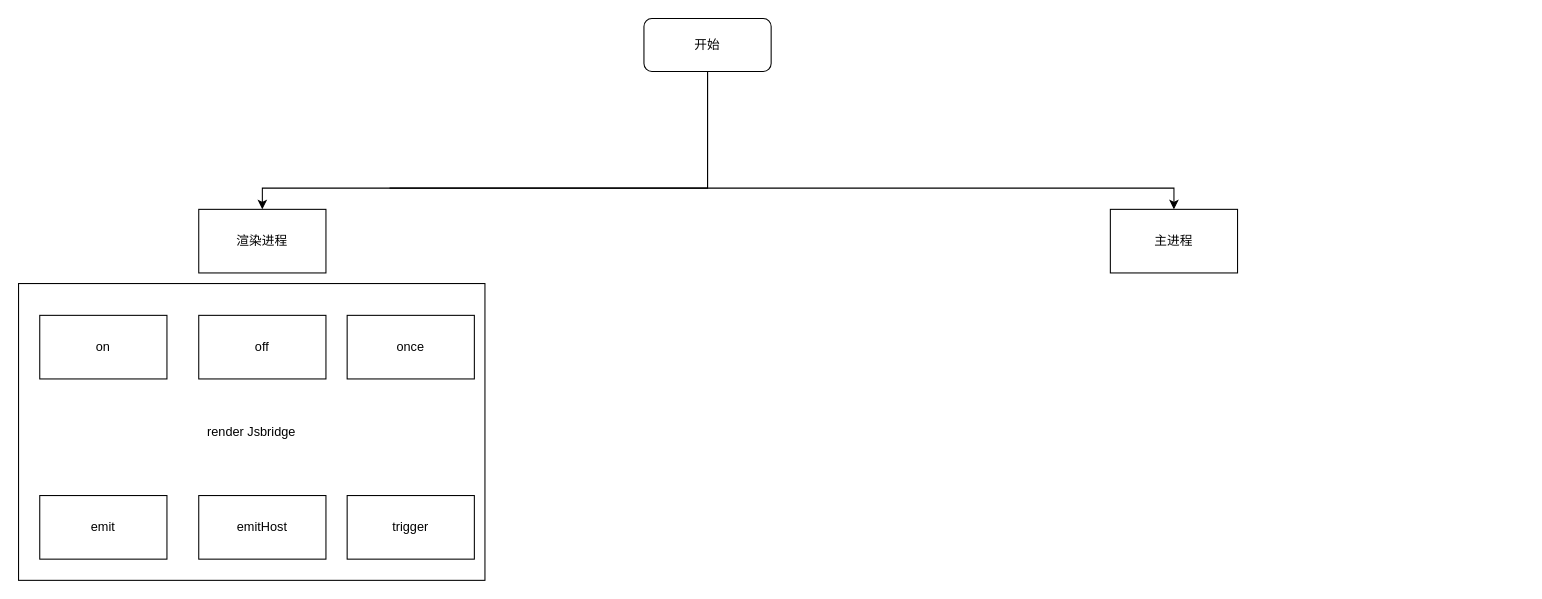
Before: jsbridge.drawio in oppo-80343438/flowChart, a draw.io diagram. Source tidied: cells renumbered, new cells numbered last; positions are measured from the earlier drawing's top-left corner, leaving out a move shared by most shapes. Both pictures are drawn from the tidied source at 106%, with x=0, y=0 at pixel (18, 18).
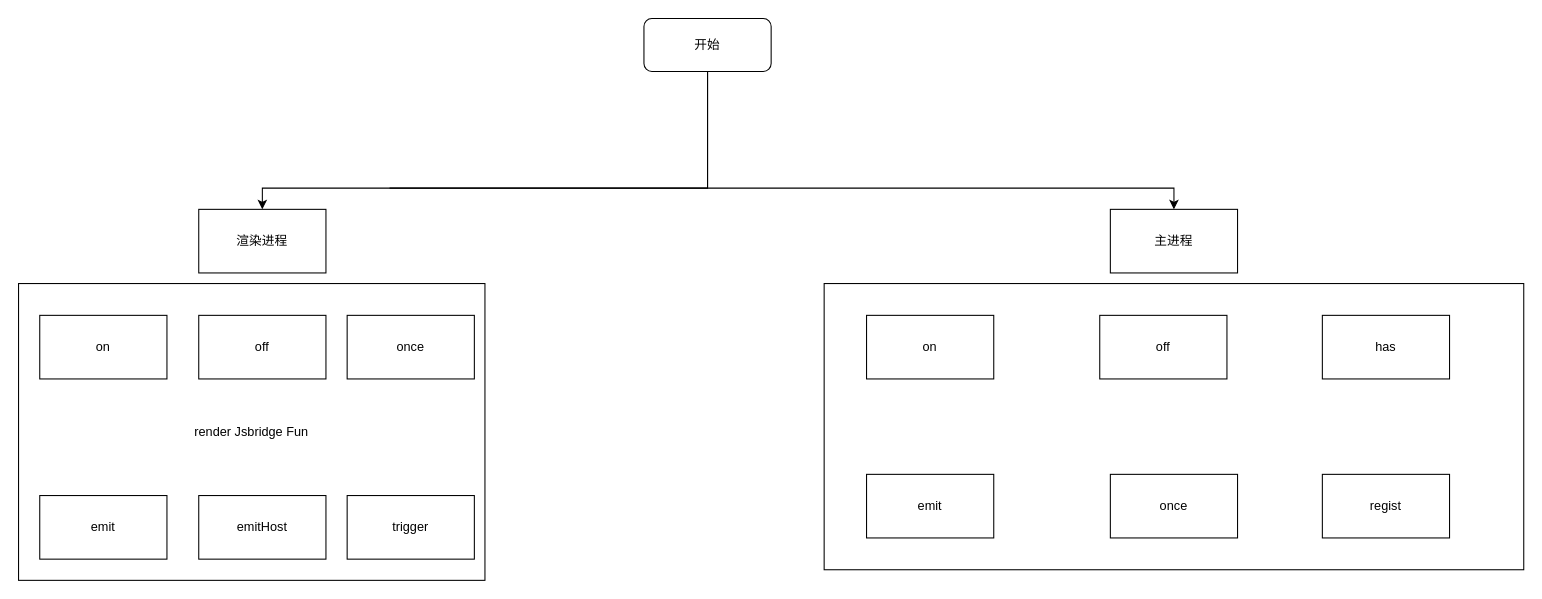
The same page after the edit.

Diff of the diagram source:
```diff
@@
-    <mxCell id="7" value="render Jsbridge" style="rounded=0;whiteSpace=wrap;html=1;" parent="1" vertex="1">
+    <mxCell id="7" value="render Jsbridge Fun" style="rounded=0;whiteSpace=wrap;html=1;" parent="1" vertex="1">
       <mxGeometry y="250" width="440" height="280" as="geometry" />
     </mxCell>
@@
+    <mxCell id="14" style="rounded=0;whiteSpace=wrap;html=1;" parent="1" vertex="1">
+      <mxGeometry x="760" y="250" width="660" height="270" as="geometry" />
+    </mxCell>
+    <mxCell id="15" value="off" style="rounded=0;whiteSpace=wrap;html=1;" parent="1" vertex="1">
+      <mxGeometry x="1020" y="280" width="120" height="60" as="geometry" />
+    </mxCell>
+    <mxCell id="16" value="on" style="rounded=0;whiteSpace=wrap;html=1;" parent="1" vertex="1">
+      <mxGeometry x="800" y="280" width="120" height="60" as="geometry" />
+    </mxCell>
+    <mxCell id="17" value="has" style="rounded=0;whiteSpace=wrap;html=1;" parent="1" vertex="1">
+      <mxGeometry x="1230" y="280" width="120" height="60" as="geometry" />
+    </mxCell>
+    <mxCell id="18" value="regist" style="rounded=0;whiteSpace=wrap;html=1;" parent="1" vertex="1">
+      <mxGeometry x="1230" y="430" width="120" height="60" as="geometry" />
+    </mxCell>
+    <mxCell id="19" value="emit" style="rounded=0;whiteSpace=wrap;html=1;" parent="1" vertex="1">
+      <mxGeometry x="800" y="430" width="120" height="60" as="geometry" />
+    </mxCell>
+    <mxCell id="20" value="once" style="rounded=0;whiteSpace=wrap;html=1;" parent="1" vertex="1">
+      <mxGeometry x="1030" y="430" width="120" height="60" as="geometry" />
+    </mxCell>
```
